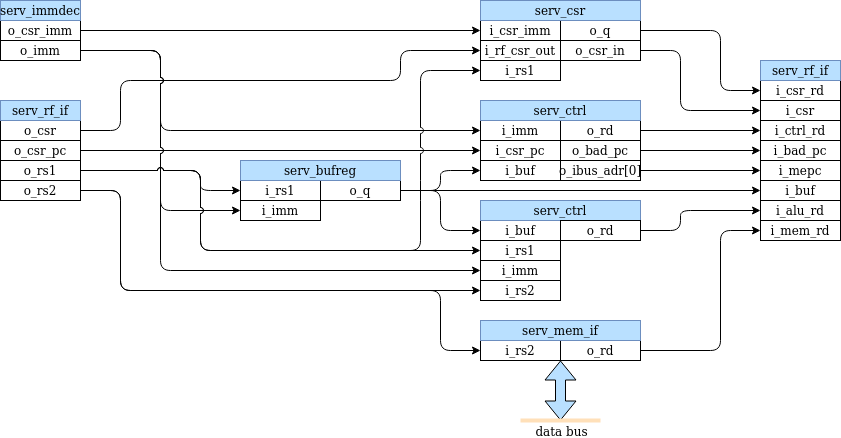
This is doc/serv_dataflow.png from olofk/serv, a draw.io export, as it was before one commit. Source tidied: cells renumbered, new cells last; positions are measured from the earlier drawing's top-left corner, leaving out a move shared by most shapes.
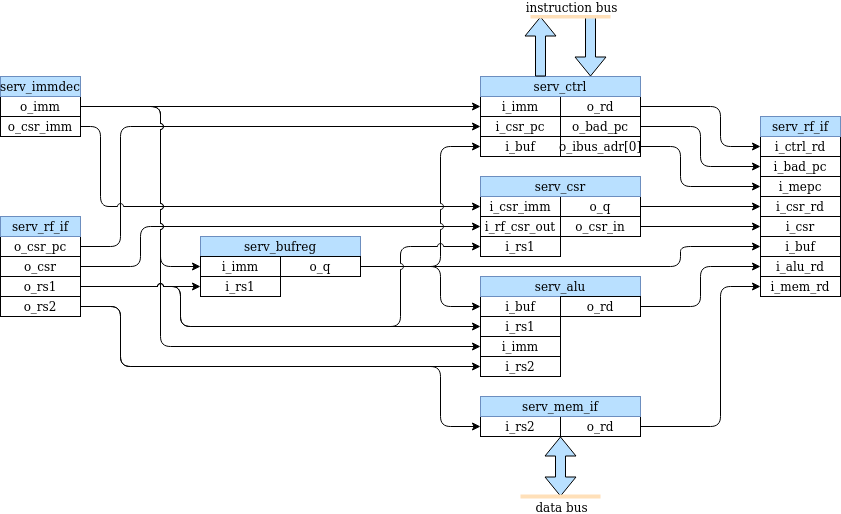
Above is the later version.

Commit message:
Fix serv_dataflow

Change to the diagram source:
```diff
@@ -5,35 +5,18 @@
     <mxCell id="2" style="edgeStyle=orthogonalEdgeStyle;rounded=1;jettySize=auto;html=1;entryX=0;entryY=0.5;entryDx=0;entryDy=0;jumpStyle=arc;exitX=1;exitY=0.5;exitDx=0;exitDy=0;" parent="1" edge="1" source="25" target="51">
       <mxGeometry relative="1" as="geometry">
         <Array as="points">
-          <mxPoint x="120" y="130" />
-          <mxPoint x="120" y="80" />
-          <mxPoint x="400" y="80" />
-          <mxPoint x="400" y="50" />
+          <mxPoint x="140" y="190" />
+          <mxPoint x="140" y="150" />
         </Array>
       </mxGeometry>
     </mxCell>
-    <mxCell id="3" style="group;" parent="1" vertex="1">
-      <mxGeometry x="240" y="180" width="160" height="40" as="geometry" />
-    </mxCell>
-    <mxCell id="4" value="i_rs1" style="rounded=0;whiteSpace=wrap;html=1;" parent="3" vertex="1">
-      <mxGeometry width="80" height="20" as="geometry" />
-    </mxCell>
-    <mxCell id="5" value="i_imm" style="rounded=0;whiteSpace=wrap;html=1;" parent="3" vertex="1">
-      <mxGeometry y="20" width="80" height="20" as="geometry" />
-    </mxCell>
-    <mxCell id="6" style="group;" parent="3" vertex="1">
-      <mxGeometry x="80" width="80" height="20" as="geometry" />
-    </mxCell>
-    <mxCell id="7" value="o_q" style="rounded=0;whiteSpace=wrap;html=1;" parent="6" vertex="1">
-      <mxGeometry width="80" height="20" as="geometry" />
-    </mxCell>
     <mxCell id="8" style="group;" parent="1" vertex="1">
       <mxGeometry x="480" y="140" width="160" height="80" as="geometry" />
     </mxCell>
     <mxCell id="9" style="edgeStyle=orthogonalEdgeStyle;rounded=1;jumpStyle=arc;jettySize=auto;html=1;exitX=1;exitY=0.5;exitDx=0;exitDy=0;entryX=0;entryY=0.5;entryDx=0;entryDy=0;strokeColor=#000000;" parent="1" edge="1" source="27" target="21">
       <mxGeometry relative="1" as="geometry">
         <Array as="points">
-          <mxPoint x="120" y="190" />
+          <mxPoint x="120" y="230" />
           <mxPoint x="120" y="290" />
         </Array>
       </mxGeometry>
@@ -44,34 +27,34 @@
     <mxCell id="11" style="edgeStyle=orthogonalEdgeStyle;rounded=1;jumpStyle=arc;jettySize=auto;html=1;exitX=1;exitY=0.5;exitDx=0;exitDy=0;entryX=0;entryY=0.5;entryDx=0;entryDy=0;" parent="1" edge="1" source="27" target="10">
       <mxGeometry relative="1" as="geometry">
         <Array as="points">
-          <mxPoint x="120" y="190" />
+          <mxPoint x="120" y="230" />
           <mxPoint x="120" y="290" />
           <mxPoint x="440" y="290" />
           <mxPoint x="440" y="350" />
         </Array>
       </mxGeometry>
     </mxCell>
-    <mxCell id="12" style="edgeStyle=orthogonalEdgeStyle;rounded=0;jumpStyle=arc;jettySize=auto;html=1;exitX=1;exitY=0.5;exitDx=0;exitDy=0;entryX=0;entryY=0.5;entryDx=0;entryDy=0;" parent="1" edge="1" source="28" target="37">
+    <mxCell id="12" style="edgeStyle=orthogonalEdgeStyle;rounded=1;jumpStyle=arc;jettySize=auto;html=1;exitX=1;exitY=0.5;exitDx=0;exitDy=0;entryX=0;entryY=0.5;entryDx=0;entryDy=0;" parent="1" edge="1" source="28" target="37">
       <mxGeometry relative="1" as="geometry">
         <Array as="points">
-          <mxPoint x="60" y="150" />
-          <mxPoint x="60" y="150" />
+          <mxPoint x="120" y="170" />
+          <mxPoint x="120" y="50" />
         </Array>
       </mxGeometry>
     </mxCell>
     <mxCell id="13" style="edgeStyle=orthogonalEdgeStyle;rounded=1;jumpStyle=arc;jettySize=auto;html=1;exitX=1;exitY=0.5;exitDx=0;exitDy=0;entryX=0;entryY=0.5;entryDx=0;entryDy=0;" parent="1" edge="1" source="54" target="24">
       <mxGeometry relative="1" as="geometry">
         <Array as="points">
-          <mxPoint x="680" y="50" />
-          <mxPoint x="680" y="110" />
+          <mxPoint x="720" y="150" />
+          <mxPoint x="720" y="150" />
         </Array>
       </mxGeometry>
     </mxCell>
     <mxCell id="14" style="edgeStyle=orthogonalEdgeStyle;rounded=1;jumpStyle=arc;jettySize=auto;html=1;exitX=1;exitY=0.5;exitDx=0;exitDy=0;entryX=0;entryY=0.5;entryDx=0;entryDy=0;" parent="1" edge="1" source="53" target="30">
       <mxGeometry relative="1" as="geometry">
         <Array as="points">
-          <mxPoint x="720" y="30" />
-          <mxPoint x="720" y="90" />
+          <mxPoint x="740" y="130" />
+          <mxPoint x="740" y="130" />
         </Array>
       </mxGeometry>
     </mxCell>
@@ -83,19 +66,19 @@
         </Array>
       </mxGeometry>
     </mxCell>
-    <mxCell id="16" style="edgeStyle=orthogonalEdgeStyle;rounded=0;jumpStyle=arc;jettySize=auto;html=1;exitX=1;exitY=0.5;exitDx=0;exitDy=0;entryX=0;entryY=0.5;entryDx=0;entryDy=0;" parent="1" edge="1" source="7" target="29">
+    <mxCell id="16" style="edgeStyle=orthogonalEdgeStyle;rounded=1;jumpStyle=arc;jettySize=auto;html=1;exitX=1;exitY=0.5;exitDx=0;exitDy=0;entryX=0;entryY=0.5;entryDx=0;entryDy=0;" parent="1" edge="1" source="7" target="29">
       <mxGeometry relative="1" as="geometry">
         <Array as="points">
-          <mxPoint x="540" y="190" />
-          <mxPoint x="540" y="190" />
+          <mxPoint x="680" y="190" />
+          <mxPoint x="680" y="170" />
         </Array>
       </mxGeometry>
     </mxCell>
     <mxCell id="17" style="edgeStyle=orthogonalEdgeStyle;rounded=1;jumpStyle=arc;jettySize=auto;html=1;exitX=1;exitY=0.5;exitDx=0;exitDy=0;entryX=0;entryY=0.5;entryDx=0;entryDy=0;" parent="1" edge="1" source="59" target="31">
       <mxGeometry relative="1" as="geometry">
         <Array as="points">
-          <mxPoint x="680" y="230" />
-          <mxPoint x="680" y="210" />
+          <mxPoint x="700" y="230" />
+          <mxPoint x="700" y="190" />
         </Array>
       </mxGeometry>
     </mxCell>
@@ -103,15 +86,15 @@
       <mxGeometry relative="1" as="geometry">
         <Array as="points">
           <mxPoint x="720" y="350" />
-          <mxPoint x="720" y="230" />
+          <mxPoint x="720" y="210" />
         </Array>
       </mxGeometry>
     </mxCell>
-    <mxCell id="19" style="edgeStyle=orthogonalEdgeStyle;rounded=0;jumpStyle=arc;jettySize=auto;html=1;exitX=1;exitY=0.5;exitDx=0;exitDy=0;entryX=0;entryY=0.5;entryDx=0;entryDy=0;" parent="1" edge="1" source="49" target="55">
+    <mxCell id="19" style="edgeStyle=orthogonalEdgeStyle;rounded=1;jumpStyle=arc;jettySize=auto;html=1;exitX=1;exitY=0.5;exitDx=0;exitDy=0;entryX=0;entryY=0.5;entryDx=0;entryDy=0;" parent="1" edge="1" source="49" target="55">
       <mxGeometry relative="1" as="geometry">
         <Array as="points">
-          <mxPoint x="60" y="30" />
-          <mxPoint x="60" y="30" />
+          <mxPoint x="100" y="50" />
+          <mxPoint x="100" y="130" />
         </Array>
       </mxGeometry>
     </mxCell>
@@ -128,31 +111,31 @@
       <mxGeometry x="480" y="260" width="80" height="20" as="geometry" />
     </mxCell>
     <mxCell id="24" value="i_csr" style="rounded=0;whiteSpace=wrap;html=1;" parent="1" vertex="1">
-      <mxGeometry x="760" y="100" width="80" height="20" as="geometry" />
+      <mxGeometry x="760" y="140" width="80" height="20" as="geometry" />
     </mxCell>
     <mxCell id="25" value="o_csr" style="rounded=0;whiteSpace=wrap;html=1;" parent="1" vertex="1">
-      <mxGeometry y="120" width="80" height="20" as="geometry" />
+      <mxGeometry y="180" width="80" height="20" as="geometry" />
     </mxCell>
     <mxCell id="26" value="o_rs1" style="rounded=0;whiteSpace=wrap;html=1;" parent="1" vertex="1">
-      <mxGeometry y="160" width="80" height="20" as="geometry" />
+      <mxGeometry y="200" width="80" height="20" as="geometry" />
     </mxCell>
     <mxCell id="27" value="o_rs2" style="rounded=0;whiteSpace=wrap;html=1;" parent="1" vertex="1">
-      <mxGeometry y="180" width="80" height="20" as="geometry" />
+      <mxGeometry y="220" width="80" height="20" as="geometry" />
     </mxCell>
     <mxCell id="28" value="o_csr_pc" style="rounded=0;whiteSpace=wrap;html=1;" parent="1" vertex="1">
-      <mxGeometry y="140" width="80" height="20" as="geometry" />
+      <mxGeometry y="160" width="80" height="20" as="geometry" />
     </mxCell>
     <mxCell id="29" value="i_buf" style="rounded=0;whiteSpace=wrap;html=1;" parent="1" vertex="1">
-      <mxGeometry x="760" y="180" width="80" height="20" as="geometry" />
+      <mxGeometry x="760" y="160" width="80" height="20" as="geometry" />
     </mxCell>
     <mxCell id="30" value="i_csr_rd" style="rounded=0;whiteSpace=wrap;html=1;" parent="1" vertex="1">
-      <mxGeometry x="760" y="80" width="80" height="20" as="geometry" />
+      <mxGeometry x="760" y="120" width="80" height="20" as="geometry" />
     </mxCell>
     <mxCell id="31" value="i_alu_rd" style="rounded=0;whiteSpace=wrap;html=1;" parent="1" vertex="1">
-      <mxGeometry x="760" y="200" width="80" height="20" as="geometry" />
+      <mxGeometry x="760" y="180" width="80" height="20" as="geometry" />
     </mxCell>
     <mxCell id="32" value="i_mem_rd" style="rounded=0;whiteSpace=wrap;html=1;" parent="1" vertex="1">
-      <mxGeometry x="760" y="220" width="80" height="20" as="geometry" />
+      <mxGeometry x="760" y="200" width="80" height="20" as="geometry" />
     </mxCell>
     <mxCell id="33" style="group;" parent="1" vertex="1">
       <mxGeometry x="560" y="340" width="80" height="20" as="geometry" />
@@ -164,82 +147,87 @@
       <mxGeometry width="80" height="20" as="geometry" />
     </mxCell>
     <mxCell id="36" value="i_buf" style="rounded=0;whiteSpace=wrap;html=1;" parent="1" vertex="1">
-      <mxGeometry x="480" y="160" width="80" height="20" as="geometry" />
+      <mxGeometry x="480" y="60" width="80" height="20" as="geometry" />
     </mxCell>
     <mxCell id="37" value="i_csr_pc" style="rounded=0;whiteSpace=wrap;html=1;" parent="1" vertex="1">
-      <mxGeometry x="480" y="140" width="80" height="20" as="geometry" />
+      <mxGeometry x="480" y="40" width="80" height="20" as="geometry" />
     </mxCell>
     <mxCell id="38" value="o_rd" style="rounded=0;whiteSpace=wrap;html=1;" parent="1" vertex="1">
-      <mxGeometry x="560" y="120" width="80" height="20" as="geometry" />
+      <mxGeometry x="560" y="20" width="80" height="20" as="geometry" />
     </mxCell>
     <mxCell id="39" value="o_bad_pc" style="rounded=0;whiteSpace=wrap;html=1;" parent="1" vertex="1">
-      <mxGeometry x="560" y="140" width="80" height="20" as="geometry" />
+      <mxGeometry x="560" y="40" width="80" height="20" as="geometry" />
     </mxCell>
     <mxCell id="40" value="o_ibus_adr[0]" style="rounded=0;whiteSpace=wrap;html=1;" parent="1" vertex="1">
-      <mxGeometry x="560" y="160" width="80" height="20" as="geometry" />
+      <mxGeometry x="560" y="60" width="80" height="20" as="geometry" />
     </mxCell>
     <mxCell id="41" value="i_imm" style="rounded=0;whiteSpace=wrap;html=1;" parent="1" vertex="1">
-      <mxGeometry x="480" y="120" width="80" height="20" as="geometry" />
+      <mxGeometry x="480" y="20" width="80" height="20" as="geometry" />
     </mxCell>
-    <mxCell id="42" style="edgeStyle=orthogonalEdgeStyle;rounded=0;jumpStyle=arc;jettySize=auto;html=1;exitX=1;exitY=0.5;exitDx=0;exitDy=0;entryX=0;entryY=0.5;entryDx=0;entryDy=0;" parent="1" edge="1" source="38" target="47">
-      <mxGeometry relative="1" as="geometry" />
+    <mxCell id="42" style="edgeStyle=orthogonalEdgeStyle;rounded=1;jumpStyle=arc;jettySize=auto;html=1;exitX=1;exitY=0.5;exitDx=0;exitDy=0;entryX=0;entryY=0.5;entryDx=0;entryDy=0;" parent="1" edge="1" source="38" target="47">
+      <mxGeometry relative="1" as="geometry">
+        <Array as="points">
+          <mxPoint x="720" y="30" />
+          <mxPoint x="720" y="70" />
+        </Array>
+      </mxGeometry>
     </mxCell>
-    <mxCell id="43" style="edgeStyle=orthogonalEdgeStyle;rounded=0;jumpStyle=arc;jettySize=auto;html=1;exitX=1;exitY=0.5;exitDx=0;exitDy=0;entryX=0;entryY=0.5;entryDx=0;entryDy=0;" parent="1" edge="1" source="39" target="46">
+    <mxCell id="43" style="edgeStyle=orthogonalEdgeStyle;rounded=1;jumpStyle=arc;jettySize=auto;html=1;exitX=1;exitY=0.5;exitDx=0;exitDy=0;entryX=0;entryY=0.5;entryDx=0;entryDy=0;" parent="1" edge="1" source="39" target="46">
       <mxGeometry relative="1" as="geometry" />
     </mxCell>
-    <mxCell id="44" style="edgeStyle=orthogonalEdgeStyle;rounded=0;jumpStyle=arc;jettySize=auto;html=1;exitX=1;exitY=0.5;exitDx=0;exitDy=0;entryX=0;entryY=0.5;entryDx=0;entryDy=0;" parent="1" edge="1" source="40" target="45">
+    <mxCell id="44" style="edgeStyle=orthogonalEdgeStyle;rounded=1;jumpStyle=arc;jettySize=auto;html=1;exitX=1;exitY=0.5;exitDx=0;exitDy=0;entryX=0;entryY=0.5;entryDx=0;entryDy=0;" parent="1" edge="1" source="40" target="45">
       <mxGeometry relative="1" as="geometry">
         <Array as="points">
-          <mxPoint x="680" y="170" />
-          <mxPoint x="680" y="170" />
+          <mxPoint x="680" y="70" />
+          <mxPoint x="680" y="110" />
         </Array>
       </mxGeometry>
     </mxCell>
     <mxCell id="45" value="i_mepc" style="rounded=0;whiteSpace=wrap;html=1;" parent="1" vertex="1">
-      <mxGeometry x="760" y="160" width="80" height="20" as="geometry" />
+      <mxGeometry x="760" y="100" width="80" height="20" as="geometry" />
     </mxCell>
     <mxCell id="46" value="i_bad_pc" style="rounded=0;whiteSpace=wrap;html=1;" parent="1" vertex="1">
-      <mxGeometry x="760" y="140" width="80" height="20" as="geometry" />
+      <mxGeometry x="760" y="80" width="80" height="20" as="geometry" />
     </mxCell>
     <mxCell id="47" value="i_ctrl_rd" style="rounded=0;whiteSpace=wrap;html=1;" parent="1" vertex="1">
-      <mxGeometry x="760" y="120" width="80" height="20" as="geometry" />
+      <mxGeometry x="760" y="60" width="80" height="20" as="geometry" />
     </mxCell>
     <mxCell id="48" style="edgeStyle=orthogonalEdgeStyle;jumpStyle=arc;jettySize=auto;html=1;exitX=1;exitY=0.5;exitDx=0;exitDy=0;entryX=0;entryY=0.5;entryDx=0;entryDy=0;rounded=1;" parent="1" edge="1" source="7" target="36">
       <mxGeometry relative="1" as="geometry">
         <Array as="points">
           <mxPoint x="440" y="190" />
-          <mxPoint x="440" y="170" />
+          <mxPoint x="440" y="70" />
         </Array>
       </mxGeometry>
     </mxCell>
     <mxCell id="49" value="o_csr_imm" style="rounded=0;whiteSpace=wrap;html=1;" parent="1" vertex="1">
-      <mxGeometry y="20" width="80" height="20" as="geometry" />
+      <mxGeometry y="40" width="80" height="20" as="geometry" />
     </mxCell>
     <mxCell id="50" value="o_imm" style="rounded=0;whiteSpace=wrap;html=1;" parent="1" vertex="1">
-      <mxGeometry y="40" width="80" height="20" as="geometry" />
+      <mxGeometry y="20" width="80" height="20" as="geometry" />
     </mxCell>
     <mxCell id="51" value="i_rf_csr_out" style="rounded=0;whiteSpace=wrap;html=1;" parent="1" vertex="1">
-      <mxGeometry x="480" y="40" width="80" height="20" as="geometry" />
+      <mxGeometry x="480" y="140" width="80" height="20" as="geometry" />
     </mxCell>
     <mxCell id="52" value="i_rs1" style="rounded=0;whiteSpace=wrap;html=1;" parent="1" vertex="1">
-      <mxGeometry x="480" y="60" width="80" height="20" as="geometry" />
+      <mxGeometry x="480" y="160" width="80" height="20" as="geometry" />
     </mxCell>
     <mxCell id="53" value="o_q" style="rounded=0;whiteSpace=wrap;html=1;" parent="1" vertex="1">
-      <mxGeometry x="560" y="20" width="80" height="20" as="geometry" />
+      <mxGeometry x="560" y="120" width="80" height="20" as="geometry" />
     </mxCell>
     <mxCell id="54" value="o_csr_in" style="rounded=0;whiteSpace=wrap;html=1;" parent="1" vertex="1">
-      <mxGeometry x="560" y="40" width="80" height="20" as="geometry" />
+      <mxGeometry x="560" y="140" width="80" height="20" as="geometry" />
     </mxCell>
     <mxCell id="55" value="i_csr_imm" style="rounded=0;whiteSpace=wrap;html=1;" parent="1" vertex="1">
-      <mxGeometry x="480" y="20" width="80" height="20" as="geometry" />
+      <mxGeometry x="480" y="120" width="80" height="20" as="geometry" />
     </mxCell>
     <mxCell id="56" value="serv_csr" style="rounded=0;whiteSpace=wrap;html=1;fillColor=#B9E0FF;strokeColor=#6c8ebf;" parent="1" vertex="1">
-      <mxGeometry x="480" width="160" height="20" as="geometry" />
+      <mxGeometry x="480" y="100" width="160" height="20" as="geometry" />
     </mxCell>
     <mxCell id="57" value="serv_ctrl" style="rounded=0;whiteSpace=wrap;html=1;fillColor=#B9E0FF;strokeColor=#6c8ebf;" parent="1" vertex="1">
-      <mxGeometry x="480" y="100" width="160" height="20" as="geometry" />
+      <mxGeometry x="480" width="160" height="20" as="geometry" />
     </mxCell>
-    <mxCell id="58" value="serv_ctrl" style="rounded=0;whiteSpace=wrap;html=1;fillColor=#B9E0FF;strokeColor=#6c8ebf;" parent="1" vertex="1">
+    <mxCell id="58" value="serv_alu" style="rounded=0;whiteSpace=wrap;html=1;fillColor=#B9E0FF;strokeColor=#6c8ebf;" parent="1" vertex="1">
       <mxGeometry x="480" y="200" width="160" height="20" as="geometry" />
     </mxCell>
     <mxCell id="59" value="o_rd" style="rounded=0;whiteSpace=wrap;html=1;" parent="1" vertex="1">
@@ -249,37 +237,37 @@
       <mxGeometry x="480" y="320" width="160" height="20" as="geometry" />
     </mxCell>
     <mxCell id="61" value="serv_bufreg" style="rounded=0;whiteSpace=wrap;html=1;fillColor=#B9E0FF;strokeColor=#6c8ebf;" parent="1" vertex="1">
-      <mxGeometry x="240" y="160" width="160" height="20" as="geometry" />
+      <mxGeometry x="200" y="160" width="160" height="20" as="geometry" />
     </mxCell>
     <mxCell id="62" value="serv_rf_if" style="rounded=0;whiteSpace=wrap;html=1;fillColor=#B9E0FF;strokeColor=#6c8ebf;" parent="1" vertex="1">
-      <mxGeometry x="760" y="60" width="80" height="20" as="geometry" />
+      <mxGeometry x="760" y="40" width="80" height="20" as="geometry" />
     </mxCell>
     <mxCell id="63" value="serv_immdec" style="rounded=0;whiteSpace=wrap;html=1;fillColor=#B9E0FF;strokeColor=#6c8ebf;" parent="1" vertex="1">
       <mxGeometry width="80" height="20" as="geometry" />
     </mxCell>
     <mxCell id="64" value="serv_rf_if" style="rounded=0;whiteSpace=wrap;html=1;fillColor=#B9E0FF;strokeColor=#6c8ebf;" parent="1" vertex="1">
-      <mxGeometry y="100" width="80" height="20" as="geometry" />
+      <mxGeometry y="140" width="80" height="20" as="geometry" />
     </mxCell>
     <mxCell id="65" style="edgeStyle=orthogonalEdgeStyle;rounded=1;jettySize=auto;html=1;exitX=1;exitY=0.5;exitDx=0;exitDy=0;entryX=0;entryY=0.5;entryDx=0;entryDy=0;jumpStyle=arc;" parent="1" edge="1" source="50" target="41">
       <mxGeometry relative="1" as="geometry">
         <Array as="points">
-          <mxPoint x="160" y="50" />
-          <mxPoint x="160" y="130" />
+          <mxPoint x="260" y="30" />
+          <mxPoint x="260" y="30" />
         </Array>
       </mxGeometry>
     </mxCell>
     <mxCell id="66" style="edgeStyle=orthogonalEdgeStyle;rounded=1;jumpStyle=arc;jettySize=auto;html=1;exitX=1;exitY=0.5;exitDx=0;exitDy=0;entryX=0;entryY=0.5;entryDx=0;entryDy=0;" parent="1" edge="1" source="50" target="5">
       <mxGeometry relative="1" as="geometry">
         <Array as="points">
-          <mxPoint x="160" y="50" />
-          <mxPoint x="160" y="210" />
+          <mxPoint x="160" y="30" />
+          <mxPoint x="160" y="190" />
         </Array>
       </mxGeometry>
     </mxCell>
     <mxCell id="67" style="edgeStyle=orthogonalEdgeStyle;rounded=1;jumpStyle=arc;jettySize=auto;html=1;exitX=1;exitY=0.5;exitDx=0;exitDy=0;entryX=0;entryY=0.5;entryDx=0;entryDy=0;" parent="1" edge="1" source="50" target="23">
       <mxGeometry relative="1" as="geometry">
         <Array as="points">
-          <mxPoint x="160" y="50" />
+          <mxPoint x="160" y="30" />
           <mxPoint x="160" y="270" />
         </Array>
       </mxGeometry>
@@ -287,26 +275,26 @@
     <mxCell id="68" style="edgeStyle=orthogonalEdgeStyle;rounded=1;jumpStyle=arc;jettySize=auto;html=1;exitX=1;exitY=0.5;exitDx=0;exitDy=0;entryX=0;entryY=0.5;entryDx=0;entryDy=0;" parent="1" edge="1" source="26" target="52">
       <mxGeometry relative="1" as="geometry">
         <Array as="points">
-          <mxPoint x="200" y="170" />
-          <mxPoint x="200" y="250" />
-          <mxPoint x="420" y="250" />
-          <mxPoint x="420" y="70" />
+          <mxPoint x="180" y="210" />
+          <mxPoint x="180" y="250" />
+          <mxPoint x="400" y="250" />
+          <mxPoint x="400" y="170" />
         </Array>
       </mxGeometry>
     </mxCell>
     <mxCell id="69" style="edgeStyle=orthogonalEdgeStyle;rounded=1;jumpStyle=arc;jettySize=auto;html=1;exitX=1;exitY=0.5;exitDx=0;exitDy=0;entryX=0;entryY=0.5;entryDx=0;entryDy=0;" parent="1" edge="1" source="26" target="20">
       <mxGeometry relative="1" as="geometry">
         <Array as="points">
-          <mxPoint x="200" y="170" />
-          <mxPoint x="200" y="250" />
+          <mxPoint x="180" y="210" />
+          <mxPoint x="180" y="250" />
         </Array>
       </mxGeometry>
     </mxCell>
     <mxCell id="70" style="edgeStyle=orthogonalEdgeStyle;rounded=1;jettySize=auto;html=1;exitX=1;exitY=0.5;exitDx=0;exitDy=0;entryX=0;entryY=0.5;entryDx=0;entryDy=0;jumpStyle=arc;" parent="1" edge="1" source="26" target="4">
       <mxGeometry relative="1" as="geometry">
         <Array as="points">
-          <mxPoint x="200" y="170" />
-          <mxPoint x="200" y="190" />
+          <mxPoint x="120" y="210" />
+          <mxPoint x="120" y="210" />
         </Array>
       </mxGeometry>
     </mxCell>
@@ -327,5 +315,40 @@
         <mxPoint x="-27" y="10" as="offset" />
       </mxGeometry>
     </mxCell>
+    <mxCell id="4" value="i_rs1" style="rounded=0;whiteSpace=wrap;html=1;" parent="1" vertex="1">
+      <mxGeometry x="200" y="200" width="80" height="20" as="geometry" />
+    </mxCell>
+    <mxCell id="5" value="i_imm" style="rounded=0;whiteSpace=wrap;html=1;" parent="1" vertex="1">
+      <mxGeometry x="200" y="180" width="80" height="20" as="geometry" />
+    </mxCell>
+    <mxCell id="6" style="group;" parent="1" vertex="1">
+      <mxGeometry x="280" y="180" width="80" height="20" as="geometry" />
+    </mxCell>
+    <mxCell id="7" value="o_q" style="rounded=0;whiteSpace=wrap;html=1;" parent="6" vertex="1">
+      <mxGeometry width="80" height="20" as="geometry" />
+    </mxCell>
+    <mxCell id="74" style="shape=flexArrow;endArrow=classic;startArrow=none;html=1;strokeColor=#000000;fillColor=#B9E0FF;startFill=0;" parent="1" edge="1">
+      <mxGeometry relative="1" as="geometry">
+        <mxPoint x="540" as="sourcePoint" />
+        <mxPoint x="540" y="-60" as="targetPoint" />
+      </mxGeometry>
+    </mxCell>
+    <mxCell id="75" style="shape=flexArrow;endArrow=none;startArrow=block;html=1;strokeColor=#000000;fillColor=#B9E0FF;startFill=0;endFill=0;" parent="1" edge="1">
+      <mxGeometry relative="1" as="geometry">
+        <mxPoint x="590" as="sourcePoint" />
+        <mxPoint x="590" y="-60" as="targetPoint" />
+      </mxGeometry>
+    </mxCell>
+    <mxCell id="76" style="endArrow=none;html=1;strokeColor=#FFE0B9;fillColor=#B9E0FF;strokeWidth=4;" parent="1" edge="1">
+      <mxGeometry relative="1" as="geometry">
+        <mxPoint x="530" y="-60" as="sourcePoint" />
+        <mxPoint x="610" y="-60" as="targetPoint" />
+      </mxGeometry>
+    </mxCell>
+    <mxCell id="77" value="instruction bus" style="text;html=1;align=center;verticalAlign=middle;labelBackgroundColor=#ffffff;" parent="76" vertex="1">
+      <mxGeometry x="0.68" relative="1" as="geometry">
+        <mxPoint x="-27" y="-10" as="offset" />
+      </mxGeometry>
+    </mxCell>
   </root>
 </mxGraphModel>
```
